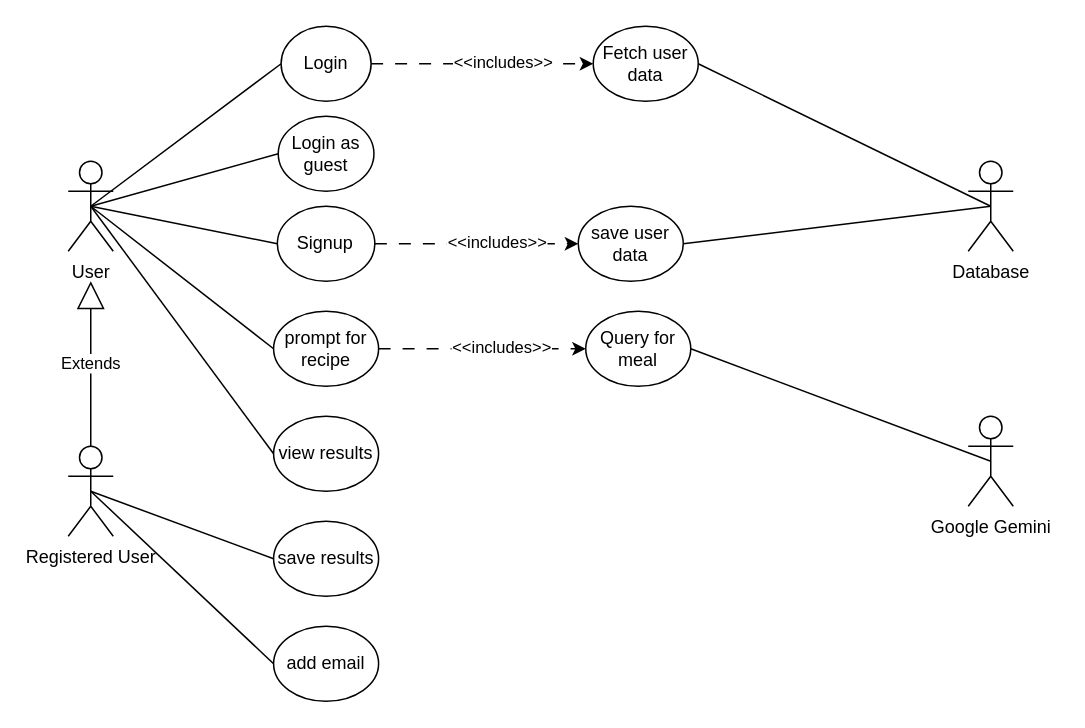
Above: diagrams/project_usecase_diagram.drawio in Mark-Guerta/SENG401_project_group14_L01 (draw.io), before the change. Source tidied: cells renumbered, new cells numbered last; positions are measured from the earlier drawing's top-left corner, leaving out a move shared by most shapes. Both pictures are drawn from the tidied source at 150%, with x=0, y=0 at pixel (68, 26).
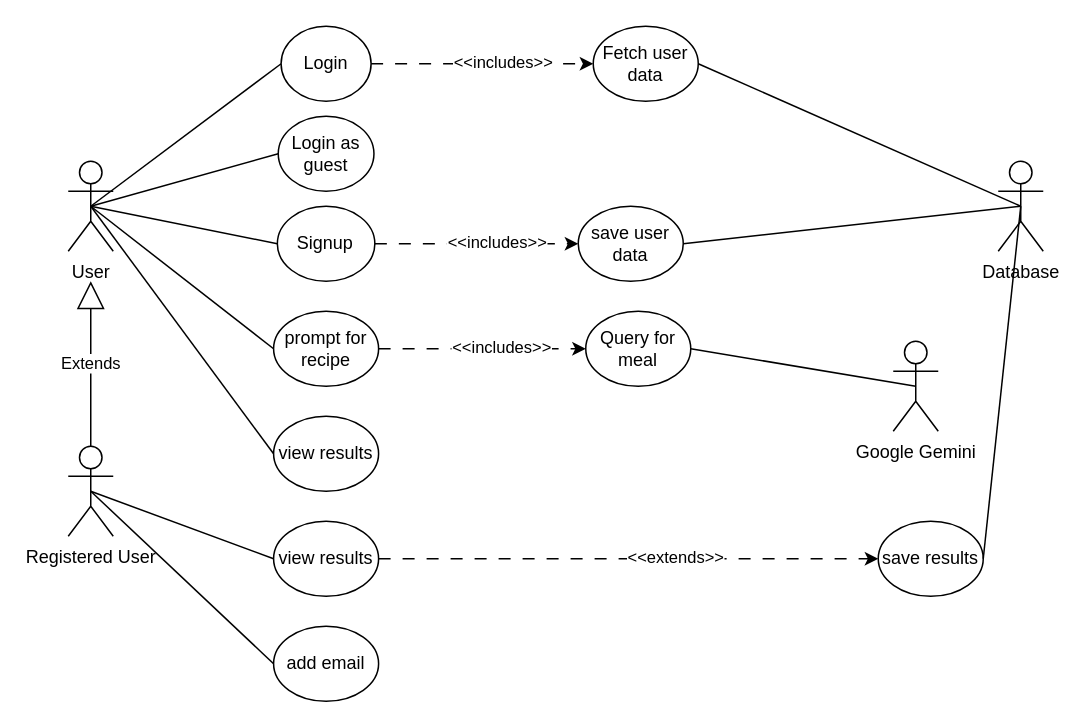
The same diagram, later.

Commit message:
core functionalities added to usecase diagram

Change to the diagram source:
```diff
@@
     <mxCell id="4" value="Database" style="shape=umlActor;verticalLabelPosition=bottom;verticalAlign=top;html=1;outlineConnect=0;" parent="1" vertex="1">
-      <mxGeometry x="600" y="90" width="30" height="60" as="geometry" />
+      <mxGeometry x="620" y="90" width="30" height="60" as="geometry" />
     </mxCell>
     <mxCell id="5" value="Google Gemini" style="shape=umlActor;verticalLabelPosition=bottom;verticalAlign=top;html=1;outlineConnect=0;" parent="1" vertex="1">
-      <mxGeometry x="600" y="260" width="30" height="60" as="geometry" />
+      <mxGeometry x="550" y="210" width="30" height="60" as="geometry" />
     </mxCell>
@@
-    <mxCell id="13" value="save results" style="ellipse;whiteSpace=wrap;html=1;" parent="1" vertex="1">
+    <mxCell id="13" value="view results" style="ellipse;whiteSpace=wrap;html=1;" parent="1" vertex="1">
       <mxGeometry x="136.9" y="330" width="70" height="50" as="geometry" />
     </mxCell>
@@
+    <mxCell id="33" value="save results" style="ellipse;whiteSpace=wrap;html=1;" parent="1" vertex="1">
+      <mxGeometry x="540" y="330" width="70" height="50" as="geometry" />
+    </mxCell>
+    <mxCell id="34" style="endArrow=classic;html=1;dashed=1;exitX=1;exitY=0.5;exitDx=0;exitDy=0;entryX=0;entryY=0.5;entryDx=0;entryDy=0;dashPattern=8 8;" parent="1" edge="1" source="13" target="33">
+      <mxGeometry relative="1" as="geometry" />
+    </mxCell>
+    <mxCell id="35" value="&amp;lt;&amp;lt;extends&amp;gt;&amp;gt;" style="edgeLabel;html=1;align=center;verticalAlign=middle;" parent="34" vertex="1">
+      <mxGeometry x="0.19" y="2" relative="1" as="geometry" />
+    </mxCell>
+    <mxCell id="36" style="endArrow=none;html=1;exitX=1;exitY=0.5;exitDx=0;exitDy=0;entryX=0.5;entryY=0.5;entryDx=0;entryDy=0;entryPerimeter=0;" parent="1" edge="1" source="33" target="4">
+      <mxGeometry relative="1" as="geometry" />
+    </mxCell>
```
